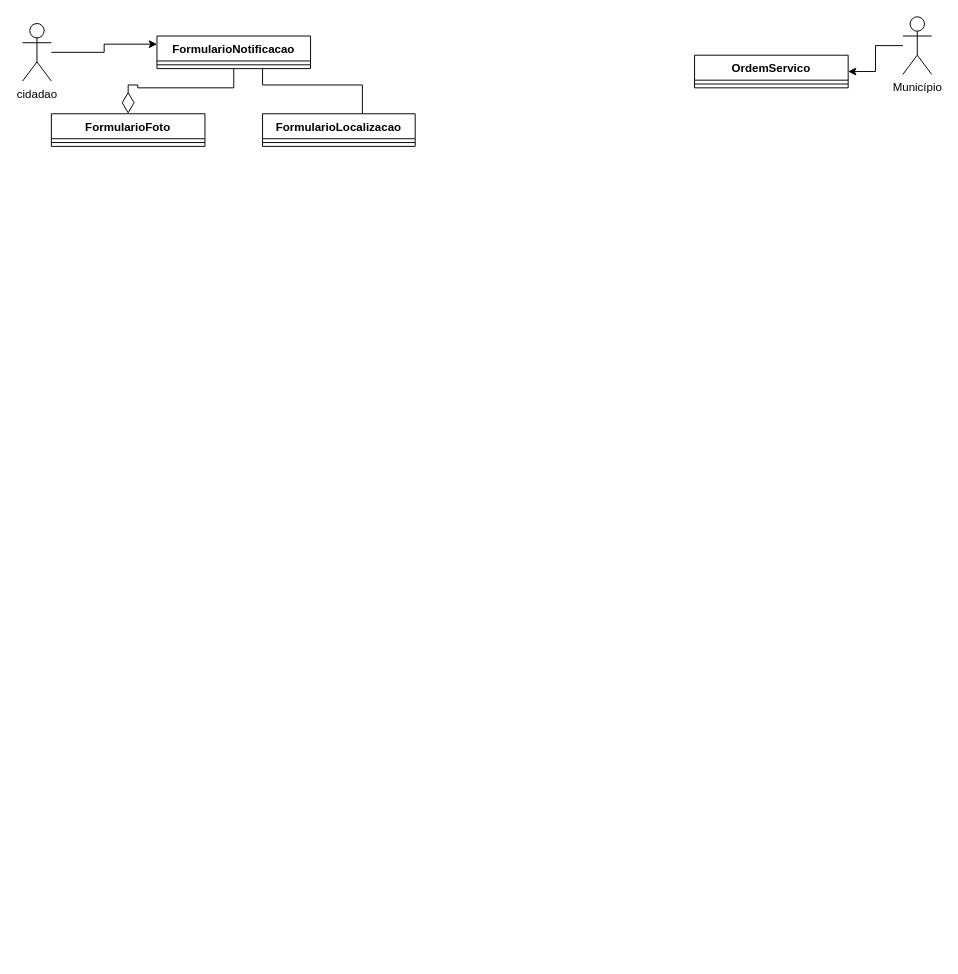
Earlier version of the draw.io diagram diagramas/classes.drawio (PuraFome/AEP-Segundo-Semestre-2022). Source tidied: cells renumbered, new cells numbered last; positions are measured from the earlier drawing's top-left corner, leaving out a move shared by most shapes. Both pictures are drawn from the tidied source at 96%, with x=0, y=0 at pixel (22, 16).
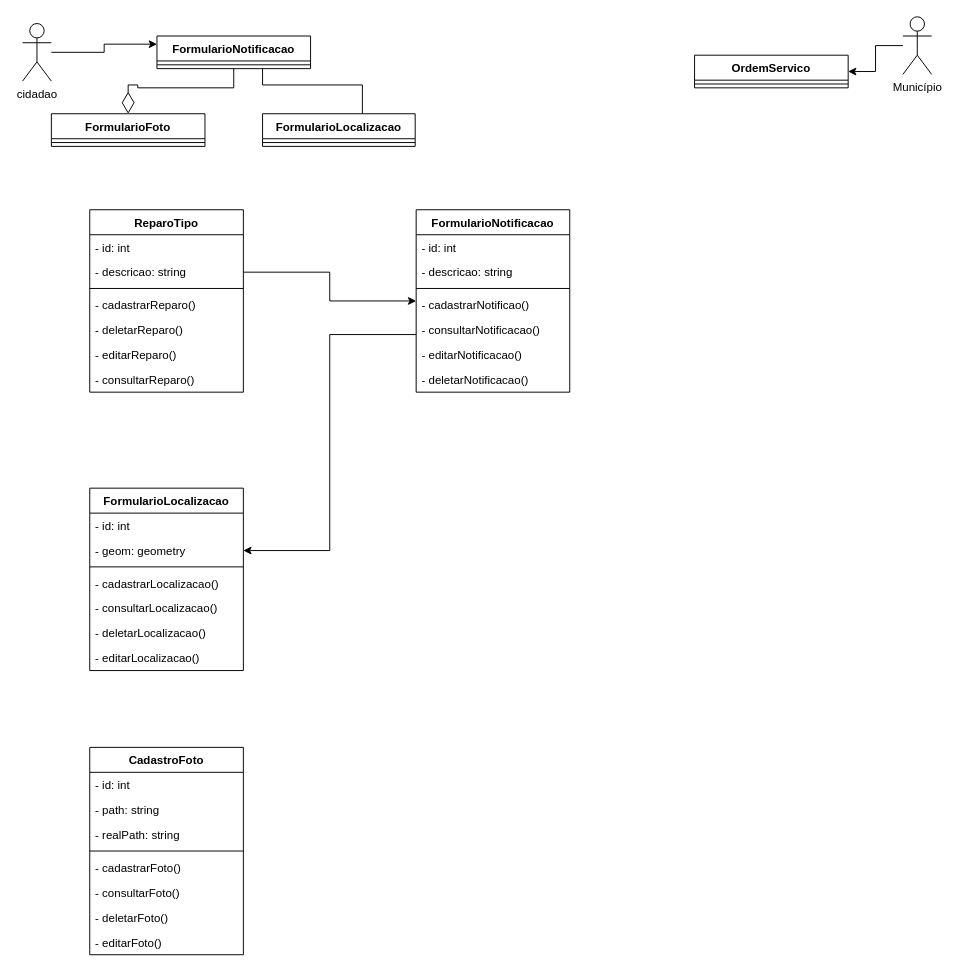
The same page after the edit.

Change to the diagram source:
```diff
@@
+    <mxCell id="16" value="ReparoTipo" style="swimlane;fontStyle=1;align=center;verticalAlign=top;horizontal=1;startSize=26;" parent="1" vertex="1">
+      <mxGeometry x="70" y="201" width="160" height="190" as="geometry" />
+    </mxCell>
+    <mxCell id="17" value="- id: int" style="text;strokeColor=none;fillColor=none;align=left;verticalAlign=top;spacingLeft=4;spacingRight=4;overflow=hidden;" parent="16" vertex="1">
+      <mxGeometry y="26" width="160" height="26" as="geometry" />
+    </mxCell>
+    <mxCell id="18" value="- descricao: string" style="text;strokeColor=none;fillColor=none;align=left;verticalAlign=top;spacingLeft=4;spacingRight=4;overflow=hidden;points=[[0,0.5],[1,0.5]];portConstraint=eastwest;" parent="16" vertex="1">
+      <mxGeometry y="52" width="160" height="26" as="geometry" />
+    </mxCell>
+    <mxCell id="19" style="line;strokeWidth=1;fillColor=none;align=left;verticalAlign=middle;spacingTop=-1;spacingLeft=3;spacingRight=3;labelPosition=right;strokeColor=inherit;" parent="16" vertex="1">
+      <mxGeometry y="78" width="160" height="8" as="geometry" />
+    </mxCell>
+    <mxCell id="20" value="- cadastrarReparo()" style="text;strokeColor=none;fillColor=none;align=left;verticalAlign=top;spacingLeft=4;spacingRight=4;overflow=hidden;" parent="16" vertex="1">
+      <mxGeometry y="86" width="160" height="26" as="geometry" />
+    </mxCell>
+    <mxCell id="21" value="- deletarReparo()" style="text;strokeColor=none;fillColor=none;align=left;verticalAlign=top;spacingLeft=4;spacingRight=4;overflow=hidden;" parent="16" vertex="1">
+      <mxGeometry y="112" width="160" height="26" as="geometry" />
+    </mxCell>
+    <mxCell id="22" value="- editarReparo()" style="text;strokeColor=none;fillColor=none;align=left;verticalAlign=top;spacingLeft=4;spacingRight=4;overflow=hidden;" parent="16" vertex="1">
+      <mxGeometry y="138" width="160" height="26" as="geometry" />
+    </mxCell>
+    <mxCell id="23" value="- consultarReparo()" style="text;strokeColor=none;fillColor=none;align=left;verticalAlign=top;spacingLeft=4;spacingRight=4;overflow=hidden;" parent="16" vertex="1">
+      <mxGeometry y="164" width="160" height="26" as="geometry" />
+    </mxCell>
+    <mxCell id="24" value="FormularioNotificacao" style="swimlane;fontStyle=1;align=center;verticalAlign=top;horizontal=1;startSize=26;" parent="1" vertex="1">
+      <mxGeometry x="410" y="201" width="160" height="190" as="geometry" />
+    </mxCell>
+    <mxCell id="25" value="- id: int" style="text;strokeColor=none;fillColor=none;align=left;verticalAlign=top;spacingLeft=4;spacingRight=4;overflow=hidden;" parent="24" vertex="1">
+      <mxGeometry y="26" width="160" height="26" as="geometry" />
+    </mxCell>
+    <mxCell id="26" value="- descricao: string" style="text;strokeColor=none;fillColor=none;align=left;verticalAlign=top;spacingLeft=4;spacingRight=4;overflow=hidden;" parent="24" vertex="1">
+      <mxGeometry y="52" width="160" height="26" as="geometry" />
+    </mxCell>
+    <mxCell id="27" style="line;strokeWidth=1;fillColor=none;align=left;verticalAlign=middle;spacingTop=-1;spacingLeft=3;spacingRight=3;labelPosition=right;strokeColor=inherit;" parent="24" vertex="1">
+      <mxGeometry y="78" width="160" height="8" as="geometry" />
+    </mxCell>
+    <mxCell id="28" value="- cadastrarNotificao()" style="text;strokeColor=none;fillColor=none;align=left;verticalAlign=top;spacingLeft=4;spacingRight=4;overflow=hidden;" parent="24" vertex="1">
+      <mxGeometry y="86" width="160" height="26" as="geometry" />
+    </mxCell>
+    <mxCell id="29" value="- consultarNotificacao()" style="text;strokeColor=none;fillColor=none;align=left;verticalAlign=top;spacingLeft=4;spacingRight=4;overflow=hidden;" parent="24" vertex="1">
+      <mxGeometry y="112" width="160" height="26" as="geometry" />
+    </mxCell>
+    <mxCell id="30" value="- editarNotificacao()" style="text;strokeColor=none;fillColor=none;align=left;verticalAlign=top;spacingLeft=4;spacingRight=4;overflow=hidden;" parent="24" vertex="1">
+      <mxGeometry y="138" width="160" height="26" as="geometry" />
+    </mxCell>
+    <mxCell id="31" value="- deletarNotificacao()" style="text;strokeColor=none;fillColor=none;align=left;verticalAlign=top;spacingLeft=4;spacingRight=4;overflow=hidden;" parent="24" vertex="1">
+      <mxGeometry y="164" width="160" height="26" as="geometry" />
+    </mxCell>
+    <mxCell id="32" style="edgeStyle=orthogonalEdgeStyle;rounded=0;jettySize=auto;html=1;" parent="1" edge="1" source="18" target="24">
+      <mxGeometry relative="1" as="geometry" />
+    </mxCell>
+    <mxCell id="33" value="FormularioLocalizacao" style="swimlane;fontStyle=1;align=center;verticalAlign=top;horizontal=1;startSize=26;" parent="1" vertex="1">
+      <mxGeometry x="70" y="491" width="160" height="190" as="geometry" />
+    </mxCell>
+    <mxCell id="34" value="- id: int" style="text;strokeColor=none;fillColor=none;align=left;verticalAlign=top;spacingLeft=4;spacingRight=4;overflow=hidden;" parent="33" vertex="1">
+      <mxGeometry y="26" width="160" height="26" as="geometry" />
+    </mxCell>
+    <mxCell id="35" value="- geom: geometry" style="text;strokeColor=none;fillColor=none;align=left;verticalAlign=top;spacingLeft=4;spacingRight=4;overflow=hidden;points=[[0,0.5],[1,0.5]];portConstraint=eastwest;" parent="33" vertex="1">
+      <mxGeometry y="52" width="160" height="26" as="geometry" />
+    </mxCell>
+    <mxCell id="36" style="line;strokeWidth=1;fillColor=none;align=left;verticalAlign=middle;spacingTop=-1;spacingLeft=3;spacingRight=3;labelPosition=right;strokeColor=inherit;" parent="33" vertex="1">
+      <mxGeometry y="78" width="160" height="8" as="geometry" />
+    </mxCell>
+    <mxCell id="37" value="- cadastrarLocalizacao()" style="text;strokeColor=none;fillColor=none;align=left;verticalAlign=top;spacingLeft=4;spacingRight=4;overflow=hidden;" parent="33" vertex="1">
+      <mxGeometry y="86" width="160" height="26" as="geometry" />
+    </mxCell>
+    <mxCell id="38" value="- consultarLocalizacao()" style="text;strokeColor=none;fillColor=none;align=left;verticalAlign=top;spacingLeft=4;spacingRight=4;overflow=hidden;" parent="33" vertex="1">
+      <mxGeometry y="112" width="160" height="26" as="geometry" />
+    </mxCell>
+    <mxCell id="39" value="- deletarLocalizacao()" style="text;strokeColor=none;fillColor=none;align=left;verticalAlign=top;spacingLeft=4;spacingRight=4;overflow=hidden;" parent="33" vertex="1">
+      <mxGeometry y="138" width="160" height="26" as="geometry" />
+    </mxCell>
+    <mxCell id="40" value="- editarLocalizacao()" style="text;strokeColor=none;fillColor=none;align=left;verticalAlign=top;spacingLeft=4;spacingRight=4;overflow=hidden;" parent="33" vertex="1">
+      <mxGeometry y="164" width="160" height="26" as="geometry" />
+    </mxCell>
+    <mxCell id="41" style="edgeStyle=orthogonalEdgeStyle;rounded=0;jettySize=auto;html=1;" parent="1" edge="1" source="24" target="35">
+      <mxGeometry relative="1" as="geometry">
+        <Array as="points">
+          <mxPoint x="320" y="331" />
+          <mxPoint x="320" y="556" />
+        </Array>
+      </mxGeometry>
+    </mxCell>
+    <mxCell id="42" value="CadastroFoto" style="swimlane;fontStyle=1;align=center;verticalAlign=top;horizontal=1;startSize=26;" parent="1" vertex="1">
+      <mxGeometry x="70" y="761" width="160" height="216" as="geometry" />
+    </mxCell>
+    <mxCell id="43" value="- id: int" style="text;strokeColor=none;fillColor=none;align=left;verticalAlign=top;spacingLeft=4;spacingRight=4;overflow=hidden;" parent="42" vertex="1">
+      <mxGeometry y="26" width="160" height="26" as="geometry" />
+    </mxCell>
+    <mxCell id="44" value="- path: string" style="text;strokeColor=none;fillColor=none;align=left;verticalAlign=top;spacingLeft=4;spacingRight=4;overflow=hidden;" parent="42" vertex="1">
+      <mxGeometry y="52" width="160" height="26" as="geometry" />
+    </mxCell>
+    <mxCell id="45" value="- realPath: string" style="text;strokeColor=none;fillColor=none;align=left;verticalAlign=top;spacingLeft=4;spacingRight=4;overflow=hidden;" parent="42" vertex="1">
+      <mxGeometry y="78" width="160" height="26" as="geometry" />
+    </mxCell>
+    <mxCell id="46" style="line;strokeWidth=1;fillColor=none;align=left;verticalAlign=middle;spacingTop=-1;spacingLeft=3;spacingRight=3;labelPosition=right;strokeColor=inherit;" parent="42" vertex="1">
+      <mxGeometry y="104" width="160" height="8" as="geometry" />
+    </mxCell>
+    <mxCell id="47" value="- cadastrarFoto()" style="text;strokeColor=none;fillColor=none;align=left;verticalAlign=top;spacingLeft=4;spacingRight=4;overflow=hidden;" parent="42" vertex="1">
+      <mxGeometry y="112" width="160" height="26" as="geometry" />
+    </mxCell>
+    <mxCell id="48" value="- consultarFoto()" style="text;strokeColor=none;fillColor=none;align=left;verticalAlign=top;spacingLeft=4;spacingRight=4;overflow=hidden;" parent="42" vertex="1">
+      <mxGeometry y="138" width="160" height="26" as="geometry" />
+    </mxCell>
+    <mxCell id="49" value="- deletarFoto()" style="text;strokeColor=none;fillColor=none;align=left;verticalAlign=top;spacingLeft=4;spacingRight=4;overflow=hidden;" parent="42" vertex="1">
+      <mxGeometry y="164" width="160" height="26" as="geometry" />
+    </mxCell>
+    <mxCell id="50" value="- editarFoto()" style="text;strokeColor=none;fillColor=none;align=left;verticalAlign=top;spacingLeft=4;spacingRight=4;overflow=hidden;" parent="42" vertex="1">
+      <mxGeometry y="190" width="160" height="26" as="geometry" />
+    </mxCell>
```
